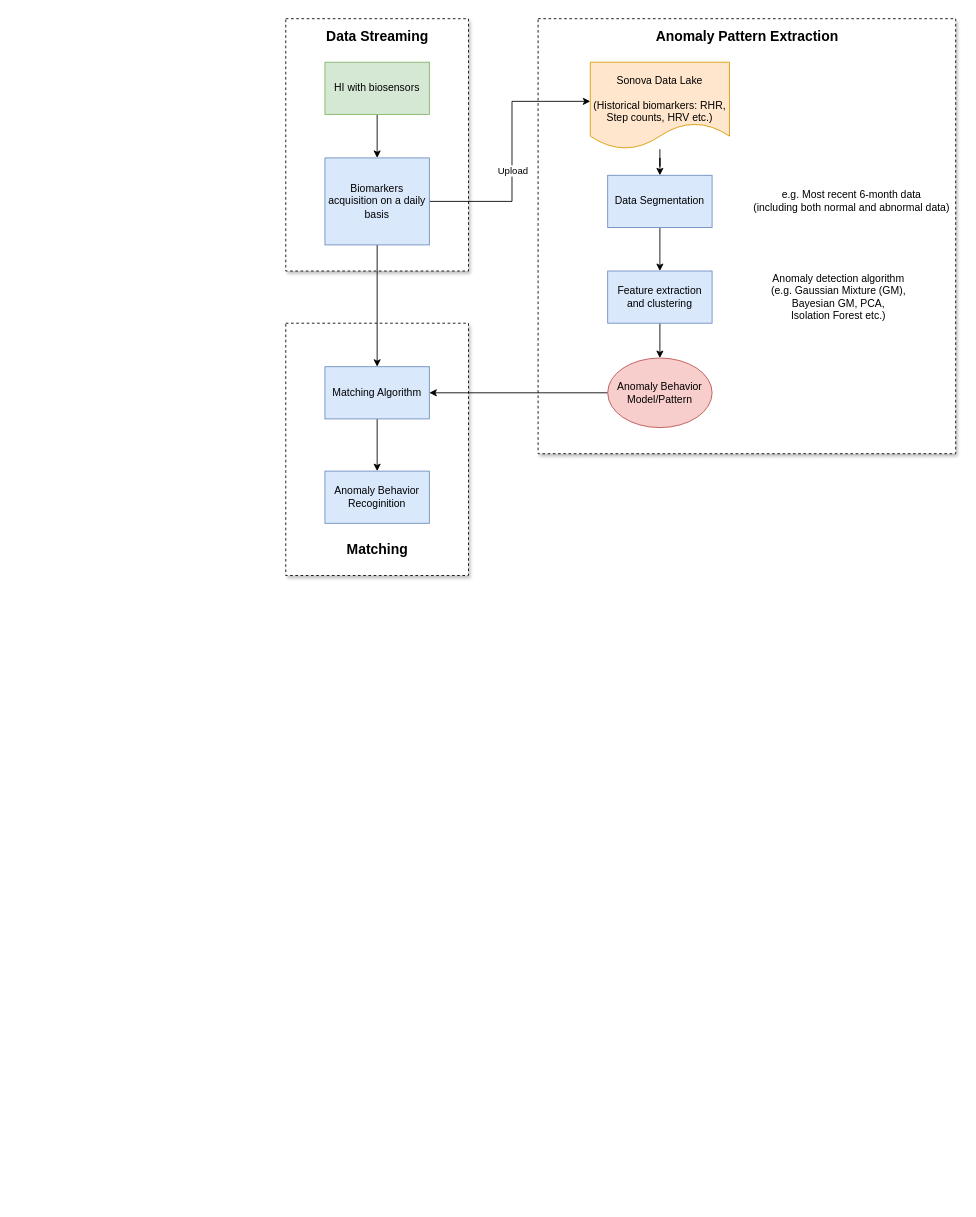
Earlier version of the draw.io diagram anomaly_detection.drawio (supertime1/anomaly). Source tidied: cells renumbered, new cells numbered last; positions are measured from the earlier drawing's top-left corner, leaving out a move shared by most shapes. Both pictures are drawn from the tidied source at 87%, with x=0, y=0 at pixel (285, 18).
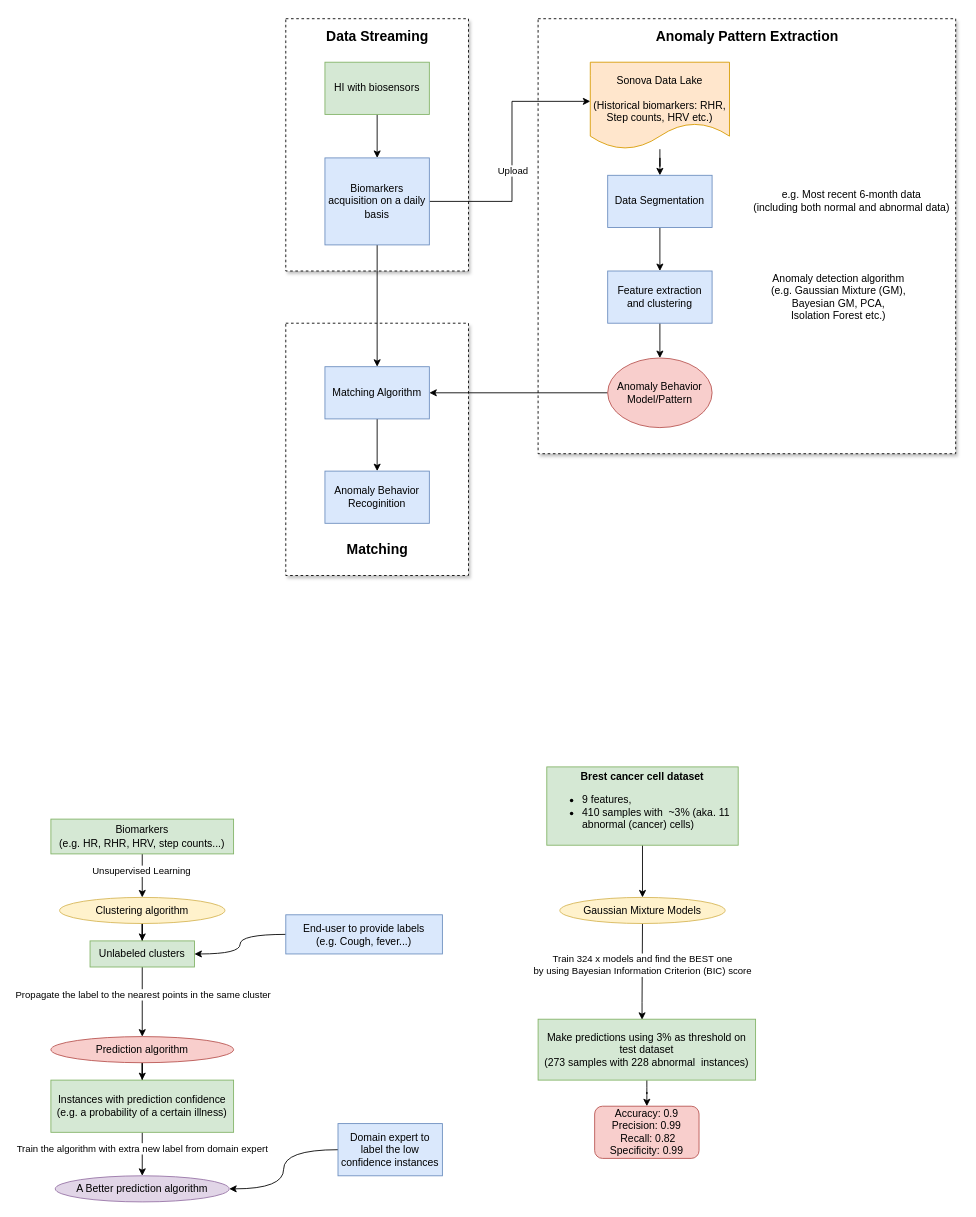
The same page after the edit.

Change to the diagram source:
```diff
@@
+    <mxCell id="27" style="edgeStyle=orthogonalEdgeStyle;rounded=0;jettySize=auto;html=1;" parent="1" edge="1" source="29" target="31">
+      <mxGeometry relative="1" as="geometry" />
+    </mxCell>
+    <mxCell id="28" value="Unsupervised Learning" style="edgeLabel;html=1;align=center;verticalAlign=middle;" parent="27" vertex="1">
+      <mxGeometry x="-0.26" y="-2" relative="1" as="geometry" />
+    </mxCell>
+    <mxCell id="29" value="Biomarkers&lt;br&gt;(e.g. HR, RHR, HRV, step counts...)" style="whiteSpace=wrap;html=1;fillColor=#d5e8d4;strokeColor=#82b366;" parent="1" vertex="1">
+      <mxGeometry x="-270" y="920" width="210" height="40" as="geometry" />
+    </mxCell>
+    <mxCell id="30" style="edgeStyle=orthogonalEdgeStyle;rounded=0;jettySize=auto;html=1;" parent="1" edge="1" source="31" target="34">
+      <mxGeometry relative="1" as="geometry" />
+    </mxCell>
+    <mxCell id="31" value="Clustering algorithm" style="ellipse;whiteSpace=wrap;html=1;strokeColor=#d6b656;fillColor=#fff2cc;" parent="1" vertex="1">
+      <mxGeometry x="-260" y="1010" width="190" height="30" as="geometry" />
+    </mxCell>
+    <mxCell id="32" style="edgeStyle=orthogonalEdgeStyle;rounded=0;jettySize=auto;html=1;" parent="1" edge="1" source="34" target="38">
+      <mxGeometry relative="1" as="geometry" />
+    </mxCell>
+    <mxCell id="33" value="Propagate the label to the nearest points in the same cluster" style="edgeLabel;html=1;align=center;verticalAlign=middle;" parent="32" vertex="1">
+      <mxGeometry x="-0.23" relative="1" as="geometry" />
+    </mxCell>
+    <mxCell id="34" value="Unlabeled clusters" style="whiteSpace=wrap;html=1;strokeColor=#82b366;fillColor=#d5e8d4;" parent="1" vertex="1">
+      <mxGeometry x="-225" y="1060" width="120" height="30" as="geometry" />
+    </mxCell>
+    <mxCell id="35" style="edgeStyle=orthogonalEdgeStyle;curved=1;rounded=0;jettySize=auto;html=1;entryX=1;entryY=0.5;entryDx=0;entryDy=0;" parent="1" edge="1" source="36" target="34">
+      <mxGeometry relative="1" as="geometry" />
+    </mxCell>
+    <mxCell id="36" value="End-user to provide labels&lt;br&gt;(e.g. Cough, fever...)" style="whiteSpace=wrap;html=1;fillColor=#dae8fc;strokeColor=#6c8ebf;" parent="1" vertex="1">
+      <mxGeometry y="1030" width="180" height="45" as="geometry" />
+    </mxCell>
+    <mxCell id="37" style="edgeStyle=orthogonalEdgeStyle;rounded=0;jettySize=auto;html=1;" parent="1" edge="1" source="38" target="41">
+      <mxGeometry relative="1" as="geometry" />
+    </mxCell>
+    <mxCell id="38" value="Prediction algorithm" style="ellipse;whiteSpace=wrap;html=1;strokeColor=#b85450;fillColor=#f8cecc;" parent="1" vertex="1">
+      <mxGeometry x="-270" y="1170" width="210" height="30" as="geometry" />
+    </mxCell>
+    <mxCell id="39" style="edgeStyle=orthogonalEdgeStyle;rounded=0;jettySize=auto;html=1;" parent="1" edge="1" source="41" target="44">
+      <mxGeometry relative="1" as="geometry" />
+    </mxCell>
+    <mxCell id="40" value="Train the algorithm with extra new label from domain expert" style="edgeLabel;html=1;align=center;verticalAlign=middle;" parent="39" vertex="1">
+      <mxGeometry x="-0.28" y="-1" relative="1" as="geometry" />
+    </mxCell>
+    <mxCell id="41" value="Instances with prediction confidence&lt;br&gt;(e.g. a probability of a certain illness)" style="whiteSpace=wrap;html=1;strokeColor=#82b366;fillColor=#d5e8d4;" parent="1" vertex="1">
+      <mxGeometry x="-270" y="1220" width="210" height="60" as="geometry" />
+    </mxCell>
+    <mxCell id="42" style="edgeStyle=orthogonalEdgeStyle;curved=1;rounded=0;jettySize=auto;html=1;entryX=1;entryY=0.5;entryDx=0;entryDy=0;" parent="1" edge="1" source="43" target="44">
+      <mxGeometry relative="1" as="geometry" />
+    </mxCell>
+    <mxCell id="43" value="Domain expert to label the low confidence instances" style="whiteSpace=wrap;html=1;fillColor=#dae8fc;strokeColor=#6c8ebf;" parent="1" vertex="1">
+      <mxGeometry x="60" y="1270" width="120" height="60" as="geometry" />
+    </mxCell>
+    <mxCell id="44" value="A Better prediction algorithm" style="ellipse;whiteSpace=wrap;html=1;strokeColor=#9673a6;fillColor=#e1d5e7;" parent="1" vertex="1">
+      <mxGeometry x="-265" y="1330" width="200" height="30" as="geometry" />
+    </mxCell>
+    <mxCell id="45" style="edgeStyle=orthogonalEdgeStyle;rounded=0;jettySize=auto;html=1;" parent="1" edge="1" source="46" target="49">
+      <mxGeometry relative="1" as="geometry" />
+    </mxCell>
+    <mxCell id="46" value="&lt;b&gt;Brest cancer cell dataset&lt;br&gt;&lt;/b&gt;&lt;ul&gt;&lt;li style=&quot;text-align: left&quot;&gt;&lt;span&gt;9 features,&lt;/span&gt;&lt;/li&gt;&lt;li style=&quot;text-align: left&quot;&gt;410 samples with&amp;nbsp; ~3% (aka. 11 abnormal (cancer) cells)&amp;nbsp;&lt;/li&gt;&lt;/ul&gt;" style="whiteSpace=wrap;html=1;fillColor=#d5e8d4;strokeColor=#82b366;" parent="1" vertex="1">
+      <mxGeometry x="300" y="860" width="220" height="90" as="geometry" />
+    </mxCell>
+    <mxCell id="47" style="edgeStyle=orthogonalEdgeStyle;rounded=0;jettySize=auto;html=1;entryX=0.478;entryY=0.009;entryDx=0;entryDy=0;entryPerimeter=0;" parent="1" edge="1" source="49" target="51">
+      <mxGeometry relative="1" as="geometry">
+        <Array as="points">
+          <mxPoint x="410" y="1131" />
+        </Array>
+      </mxGeometry>
+    </mxCell>
+    <mxCell id="48" value="Train 324 x models and find the BEST one&lt;br&gt;by using Bayesian Information Criterion (BIC) score" style="edgeLabel;html=1;align=center;verticalAlign=middle;" parent="47" vertex="1">
+      <mxGeometry x="-0.13" relative="1" as="geometry" />
+    </mxCell>
+    <mxCell id="49" value="Gaussian Mixture Models" style="ellipse;whiteSpace=wrap;html=1;strokeColor=#d6b656;fillColor=#fff2cc;" parent="1" vertex="1">
+      <mxGeometry x="315" y="1010" width="190" height="30" as="geometry" />
+    </mxCell>
+    <mxCell id="50" style="edgeStyle=orthogonalEdgeStyle;curved=1;rounded=0;jettySize=auto;html=1;" parent="1" edge="1" source="51" target="52">
+      <mxGeometry relative="1" as="geometry" />
+    </mxCell>
+    <mxCell id="51" value="Make predictions using 3% as threshold on test dataset&lt;br&gt;(273 samples with 228 abnormal&amp;nbsp; instances)" style="whiteSpace=wrap;html=1;fillColor=#d5e8d4;strokeColor=#82b366;" parent="1" vertex="1">
+      <mxGeometry x="290" y="1150" width="250" height="70" as="geometry" />
+    </mxCell>
+    <mxCell id="52" value="Accuracy: 0.9&lt;br&gt;Precision: 0.99&lt;br&gt;&amp;nbsp;Recall: 0.82&lt;br&gt;Specificity: 0.99" style="rounded=1;whiteSpace=wrap;html=1;fillColor=#f8cecc;strokeColor=#b85450;" parent="1" vertex="1">
+      <mxGeometry x="355" y="1250" width="120" height="60" as="geometry" />
+    </mxCell>
```
